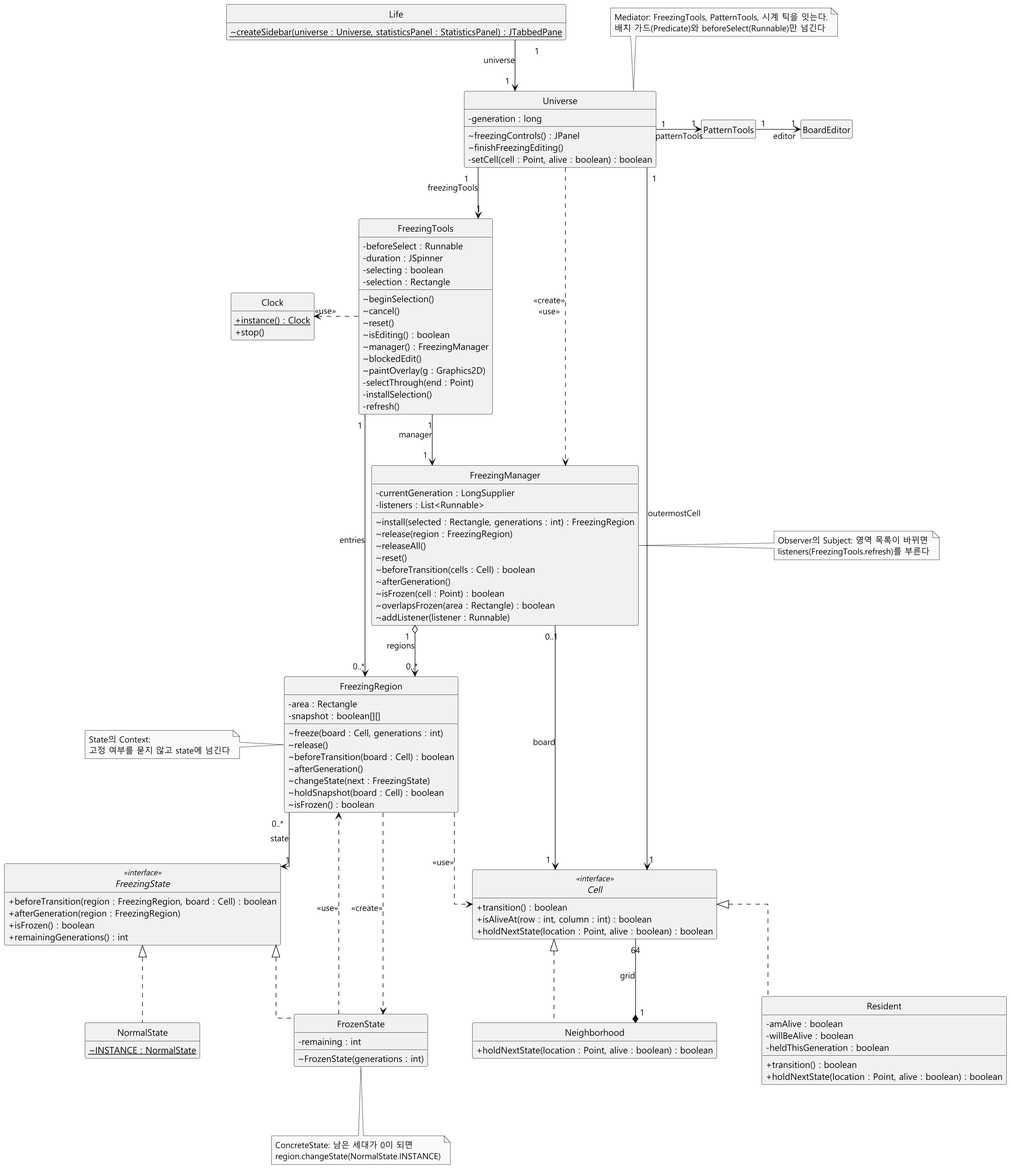
Before: docs/freezing/diagram/class-freezing.png, a diagram exported from PlantUML (mckimR1972/DP_team_project).
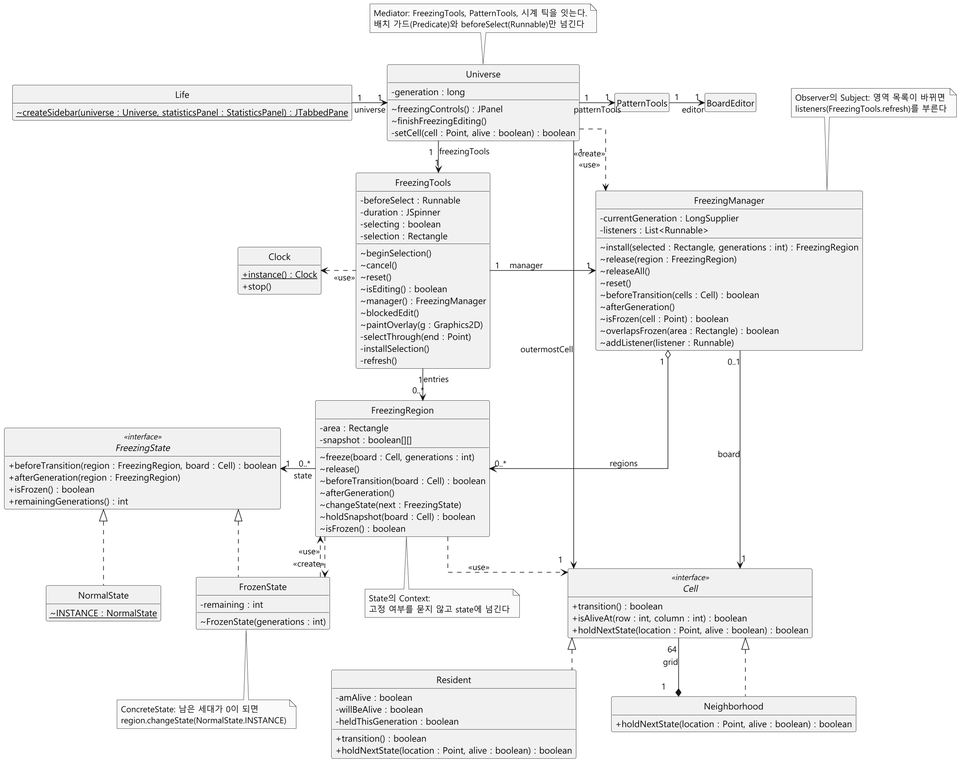
The same file after the commit.

Commit message:
docs: Freezing 클래스 다이어그램을 가로로 긴 배치로 다시 그림

- class-freezing.puml의 배치만 바꿨다. Life를 Universe 왼쪽, FreezingManager를 FreezingTools 오른쪽, FreezingState를 FreezingRegion 왼쪽에 두고 간격을 줄여 2464x2849(세로형)에서 2342x1858(가로형)이 되었다.
- 클래스, 멤버, 관계는 그대로다. freezing.md 3.4절의 배치 설명 한 문장을 새 배치에 맞췄다.

What changed in the source:
```diff
@@ -5,8 +5,8 @@
 skinparam defaultFontName "Malgun Gothic"
 skinparam classAttributeIconSize 0
 skinparam linetype ortho
-skinparam nodesep 70
-skinparam ranksep 80
+skinparam nodesep 55
+skinparam ranksep 50
 hide circle
 hide empty members
 
@@ -107,7 +107,7 @@
   + holdNextState(location : Point, alive : boolean) : boolean
 }
 
-Life "1" --> "1" Universe : universe
+Life "1" -right-> "1" Universe : universe
 Universe "1" -right-> "1" PatternTools : patternTools
 PatternTools "1" -right-> "1" BoardEditor : editor
 Universe "1" --> "1" FreezingTools : freezingTools
@@ -115,13 +115,13 @@
 Universe "1" --> "1" Cell : outermostCell
 
 FreezingTools .left.> Clock : <<use>>
-FreezingTools "1" --> "1" FreezingManager : manager
+FreezingTools "1" -right-> "1" FreezingManager : manager
 FreezingTools "1" --> "0..*" FreezingRegion : entries
 
 FreezingManager "1" o--> "0..*" FreezingRegion : regions
-FreezingManager "0..1" --> "1" Cell : board
+FreezingManager "0..1" -right-> "1" Cell : board
 
-FreezingRegion "0..*" --> "1" FreezingState : state
+FreezingRegion "0..*" -left-> "1" FreezingState : state
 FreezingRegion ..> FrozenState : <<create>>
 FreezingRegion ..> Cell : <<use>>
 FreezingState <|.. FrozenState
@@ -137,12 +137,12 @@
   배치 가드(Predicate)와 beforeSelect(Runnable)만 넘긴다
 end note
 
-note right of FreezingManager
+note top of FreezingManager
   Observer의 Subject: 영역 목록이 바뀌면
   listeners(FreezingTools.refresh)를 부른다
 end note
 
-note left of FreezingRegion
+note bottom of FreezingRegion
   State의 Context:
   고정 여부를 묻지 않고 state에 넘긴다
 end note
```
